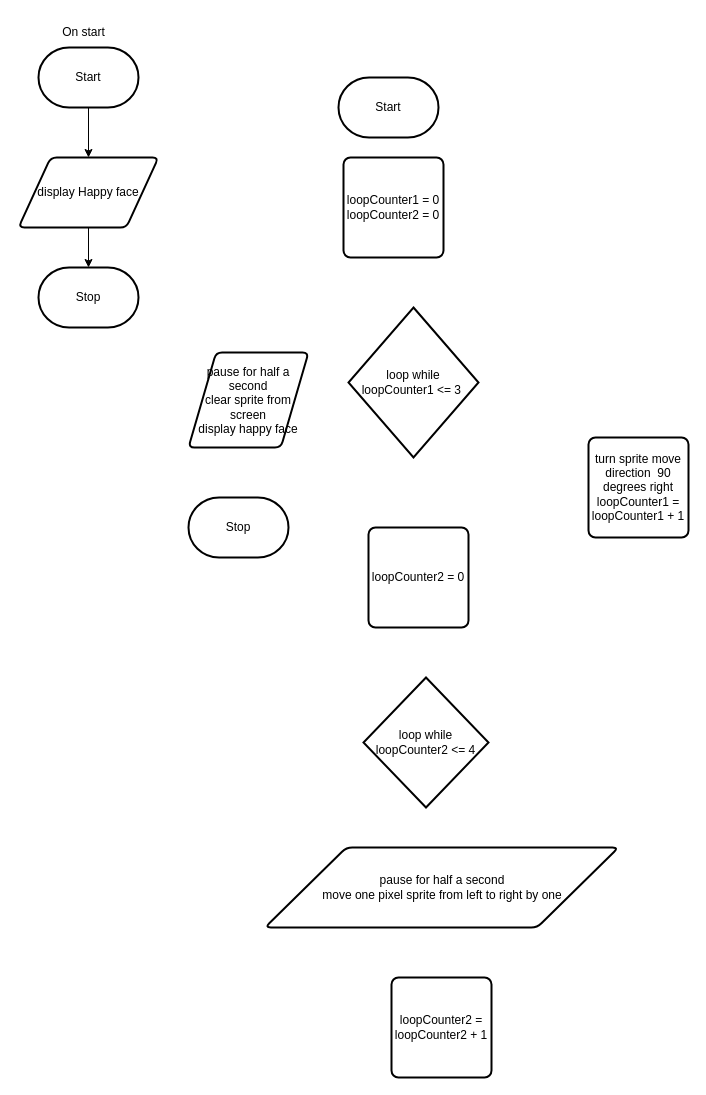
Above: design/flowchart.drawio in MTHS-TEJ2O-1-2023/TEJ2O-Unit-2-15-michael-bruneau (draw.io), before the change. Source tidied: cells renumbered, new cells numbered last; positions are measured from the earlier drawing's top-left corner, leaving out a move shared by most shapes. Both pictures are drawn from the tidied source at 100%, with x=0, y=0 at pixel (18, 17).
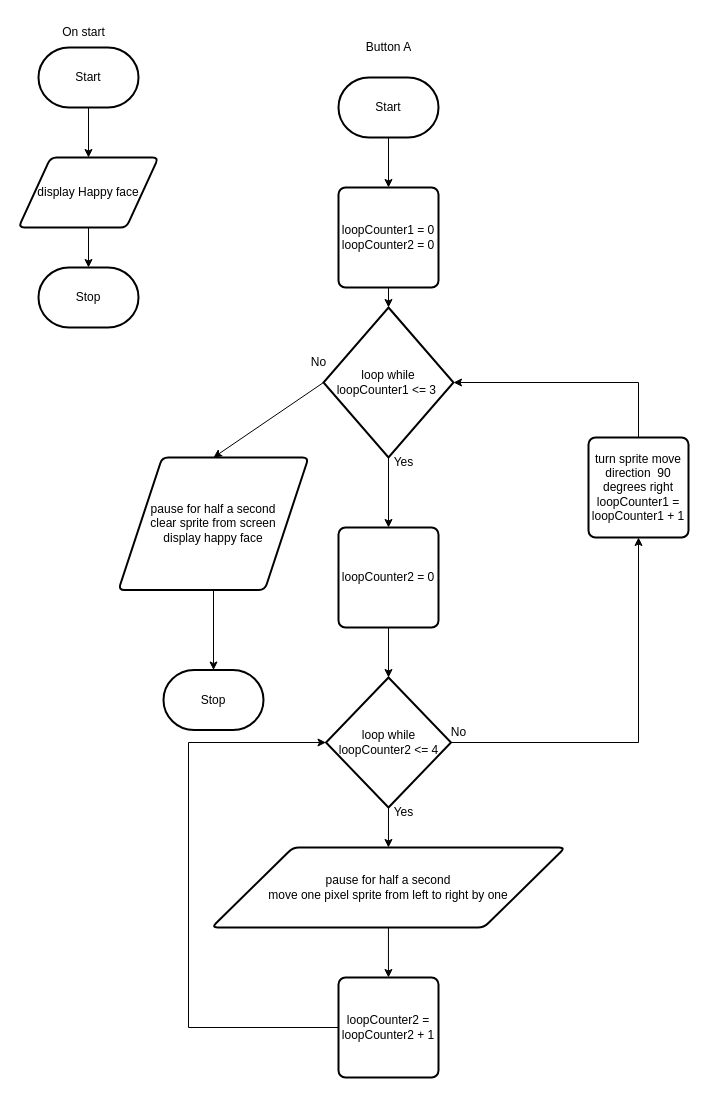
The same page after the edit.

Unchanged cells that the change refers to:
```xml
<mxCell id="8" value="Start" style="strokeWidth=2;html=1;shape=mxgraph.flowchart.terminator;whiteSpace=wrap;" parent="1" vertex="1">
  <mxGeometry x="320" y="60" width="100" height="60" as="geometry" />
</mxCell>
<mxCell id="16" value="turn sprite move direction&amp;nbsp; 90 degrees right&lt;br&gt;loopCounter1 = loopCounter1 + 1" style="rounded=1;whiteSpace=wrap;html=1;absoluteArcSize=1;arcSize=14;strokeWidth=2;" parent="1" vertex="1">
  <mxGeometry x="570" y="420" width="100" height="100" as="geometry" />
</mxCell>
```

What changed in the source:
```diff
@@
+    <mxCell id="18" style="edgeStyle=none;html=1;exitX=0.5;exitY=1;exitDx=0;exitDy=0;exitPerimeter=0;entryX=0.5;entryY=0;entryDx=0;entryDy=0;" parent="1" edge="1" source="8" target="10">
+      <mxGeometry relative="1" as="geometry" />
+    </mxCell>
@@
     <mxCell id="9" value="Stop" style="strokeWidth=2;html=1;shape=mxgraph.flowchart.terminator;whiteSpace=wrap;" parent="1" vertex="1">
-      <mxGeometry x="170" y="480" width="100" height="60" as="geometry" />
+      <mxGeometry x="145" y="652.5" width="100" height="60" as="geometry" />
     </mxCell>
+    <mxCell id="19" style="edgeStyle=none;html=1;exitX=0.5;exitY=1;exitDx=0;exitDy=0;entryX=0.5;entryY=0;entryDx=0;entryDy=0;entryPerimeter=0;" parent="1" edge="1" source="10" target="11">
+      <mxGeometry relative="1" as="geometry" />
+    </mxCell>
     <mxCell id="10" value="loopCounter1 = 0&lt;br&gt;loopCounter2 = 0" style="rounded=1;whiteSpace=wrap;html=1;absoluteArcSize=1;arcSize=14;strokeWidth=2;" parent="1" vertex="1">
-      <mxGeometry x="325" y="140" width="100" height="100" as="geometry" />
+      <mxGeometry x="320" y="170" width="100" height="100" as="geometry" />
     </mxCell>
+    <mxCell id="20" style="edgeStyle=none;html=1;exitX=0.5;exitY=1;exitDx=0;exitDy=0;exitPerimeter=0;entryX=0.5;entryY=0;entryDx=0;entryDy=0;" parent="1" edge="1" source="11" target="12">
+      <mxGeometry relative="1" as="geometry" />
+    </mxCell>
+    <mxCell id="21" style="edgeStyle=none;rounded=0;html=1;exitX=0;exitY=0.5;exitDx=0;exitDy=0;exitPerimeter=0;entryX=0.5;entryY=0;entryDx=0;entryDy=0;" parent="1" edge="1" source="11" target="17">
+      <mxGeometry relative="1" as="geometry" />
+    </mxCell>
     <mxCell id="11" value="loop while loopCounter1 &amp;lt;= 3&amp;nbsp;" style="strokeWidth=2;html=1;shape=mxgraph.flowchart.decision;whiteSpace=wrap;" parent="1" vertex="1">
-      <mxGeometry x="330" y="290" width="130" height="150" as="geometry" />
+      <mxGeometry x="305" y="290" width="130" height="150" as="geometry" />
     </mxCell>
+    <mxCell id="22" style="edgeStyle=none;html=1;exitX=0.5;exitY=1;exitDx=0;exitDy=0;entryX=0.5;entryY=0;entryDx=0;entryDy=0;entryPerimeter=0;" parent="1" edge="1" source="12" target="13">
+      <mxGeometry relative="1" as="geometry" />
+    </mxCell>
     <mxCell id="12" value="loopCounter2 = 0" style="rounded=1;whiteSpace=wrap;html=1;absoluteArcSize=1;arcSize=14;strokeWidth=2;" parent="1" vertex="1">
-      <mxGeometry x="350" y="510" width="100" height="100" as="geometry" />
+      <mxGeometry x="320" y="510" width="100" height="100" as="geometry" />
     </mxCell>
+    <mxCell id="23" style="edgeStyle=none;html=1;exitX=0.5;exitY=1;exitDx=0;exitDy=0;exitPerimeter=0;entryX=0.5;entryY=0;entryDx=0;entryDy=0;" parent="1" edge="1" source="13" target="14">
+      <mxGeometry relative="1" as="geometry" />
+    </mxCell>
+    <mxCell id="24" style="edgeStyle=orthogonalEdgeStyle;rounded=0;html=1;exitX=1;exitY=0.5;exitDx=0;exitDy=0;exitPerimeter=0;entryX=0.5;entryY=1;entryDx=0;entryDy=0;" parent="1" edge="1" source="13" target="16">
+      <mxGeometry relative="1" as="geometry" />
+    </mxCell>
     <mxCell id="13" value="loop while loopCounter2 &amp;lt;= 4" style="strokeWidth=2;html=1;shape=mxgraph.flowchart.decision;whiteSpace=wrap;" parent="1" vertex="1">
-      <mxGeometry x="345" y="660" width="125" height="130" as="geometry" />
+      <mxGeometry x="307.5" y="660" width="125" height="130" as="geometry" />
     </mxCell>
+    <mxCell id="25" style="edgeStyle=orthogonalEdgeStyle;html=1;exitX=0.5;exitY=1;exitDx=0;exitDy=0;rounded=0;" parent="1" edge="1" source="14" target="15">
+      <mxGeometry relative="1" as="geometry" />
+    </mxCell>
     <mxCell id="14" value="pause for half a second&lt;br&gt;move one pixel sprite from left to right by one" style="shape=parallelogram;html=1;strokeWidth=2;perimeter=parallelogramPerimeter;whiteSpace=wrap;rounded=1;arcSize=12;size=0.23;" parent="1" vertex="1">
-      <mxGeometry x="246.5" y="830" width="353.5" height="80" as="geometry" />
+      <mxGeometry x="193.2" y="830" width="353.5" height="80" as="geometry" />
     </mxCell>
+    <mxCell id="26" style="edgeStyle=orthogonalEdgeStyle;rounded=0;html=1;exitX=0;exitY=0.5;exitDx=0;exitDy=0;entryX=0;entryY=0.5;entryDx=0;entryDy=0;entryPerimeter=0;" parent="1" edge="1" source="15" target="13">
+      <mxGeometry relative="1" as="geometry">
+        <Array as="points">
+          <mxPoint x="170" y="1010" />
+          <mxPoint x="170" y="725" />
+        </Array>
+      </mxGeometry>
+    </mxCell>
     <mxCell id="15" value="loopCounter2 = loopCounter2 + 1" style="rounded=1;whiteSpace=wrap;html=1;absoluteArcSize=1;arcSize=14;strokeWidth=2;" parent="1" vertex="1">
-      <mxGeometry x="373" y="960" width="100" height="100" as="geometry" />
+      <mxGeometry x="320" y="960" width="100" height="100" as="geometry" />
     </mxCell>
+    <mxCell id="27" style="edgeStyle=orthogonalEdgeStyle;rounded=0;html=1;exitX=0.5;exitY=0;exitDx=0;exitDy=0;entryX=1;entryY=0.5;entryDx=0;entryDy=0;entryPerimeter=0;" parent="1" edge="1" source="16" target="11">
+      <mxGeometry relative="1" as="geometry" />
+    </mxCell>
@@
+    <mxCell id="28" style="edgeStyle=none;rounded=0;html=1;exitX=0.5;exitY=1;exitDx=0;exitDy=0;entryX=0.5;entryY=0;entryDx=0;entryDy=0;entryPerimeter=0;" parent="1" edge="1" source="17" target="9">
+      <mxGeometry relative="1" as="geometry" />
+    </mxCell>
     <mxCell id="17" value="pause for half a second&lt;br&gt;clear sprite from screen&lt;br&gt;display happy face" style="shape=parallelogram;html=1;strokeWidth=2;perimeter=parallelogramPerimeter;whiteSpace=wrap;rounded=1;arcSize=12;size=0.23;" parent="1" vertex="1">
-      <mxGeometry x="170" y="335" width="120" height="95" as="geometry" />
+      <mxGeometry x="100" y="440" width="190" height="132.5" as="geometry" />
     </mxCell>
+    <mxCell id="29" value="Button A" style="text;html=1;align=center;verticalAlign=middle;strokeColor=none;fillColor=none;" parent="1" vertex="1">
+      <mxGeometry x="335" y="15" width="70" height="30" as="geometry" />
+    </mxCell>
+    <mxCell id="30" value="Yes" style="text;html=1;align=center;verticalAlign=middle;strokeColor=none;fillColor=none;" parent="1" vertex="1">
+      <mxGeometry x="365" y="430" width="40" height="30" as="geometry" />
+    </mxCell>
+    <mxCell id="31" value="Yes" style="text;html=1;align=center;verticalAlign=middle;strokeColor=none;fillColor=none;" parent="1" vertex="1">
+      <mxGeometry x="365" y="780" width="40" height="30" as="geometry" />
+    </mxCell>
+    <mxCell id="32" value="No" style="text;html=1;align=center;verticalAlign=middle;strokeColor=none;fillColor=none;" parent="1" vertex="1">
+      <mxGeometry x="420" y="700" width="40" height="30" as="geometry" />
+    </mxCell>
+    <mxCell id="33" value="No" style="text;html=1;align=center;verticalAlign=middle;strokeColor=none;fillColor=none;" parent="1" vertex="1">
+      <mxGeometry x="280" y="330" width="40" height="30" as="geometry" />
+    </mxCell>
```
